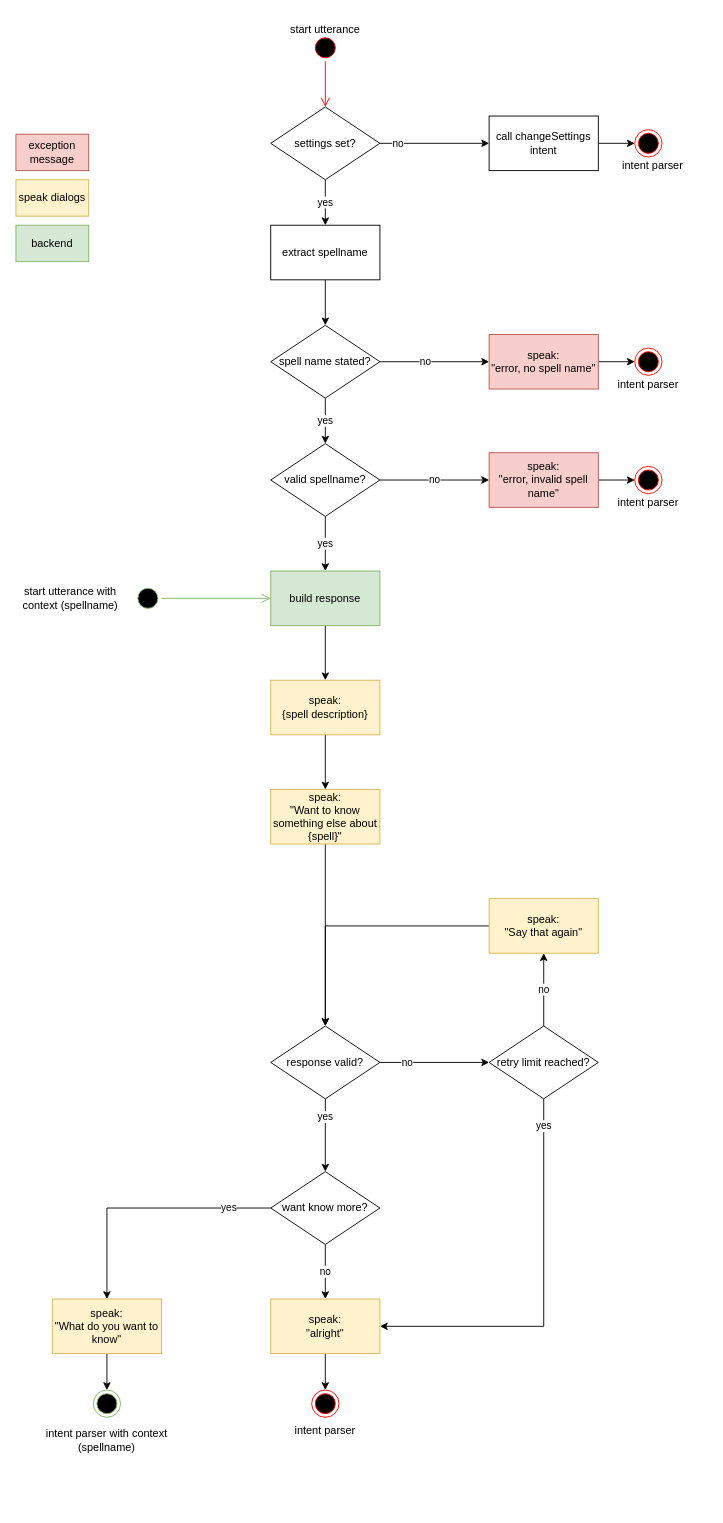
This is doc/activityDiagram/getSpellDescription.drawio from Linyeir/spellcastmanager-skill, a draw.io file, before an edit. Source tidied: cells renumbered, new cells numbered last; positions are measured from the earlier drawing's top-left corner, leaving out a move shared by most shapes. Both pictures are drawn from the tidied source at 91%, with x=0, y=0 at pixel (15, 15).
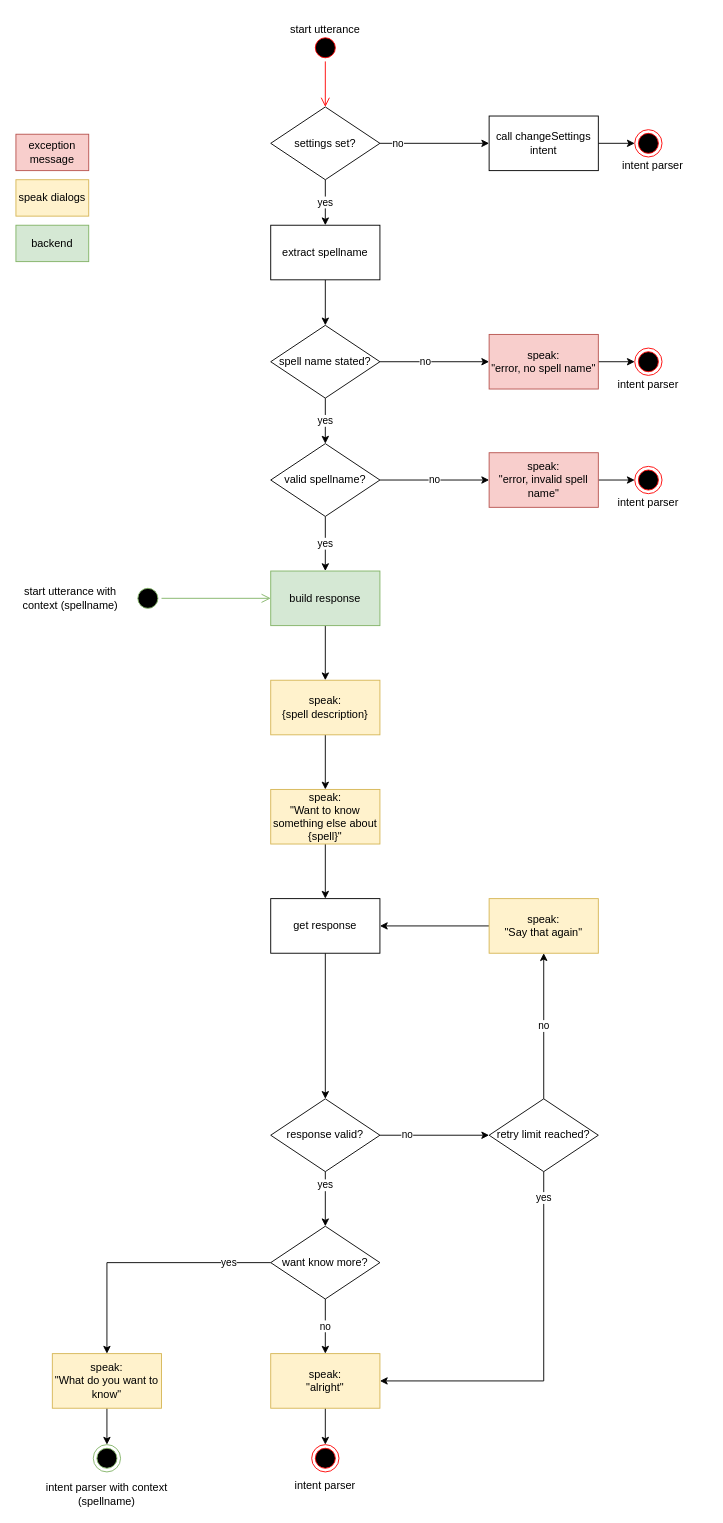
After the change.

The change refers to these unchanged cells:
```xml
<mxCell id="18" value="speak:&lt;br&gt;&quot;Want to know something else about {spell}&quot;" style="rounded=0;whiteSpace=wrap;html=1;fillColor=#fff2cc;strokeColor=#d6b656;" parent="1" vertex="1">
  <mxGeometry x="280" y="850" width="120" height="60" as="geometry" />
</mxCell>
<mxCell id="43" value="speak:&lt;br&gt;&quot;Say that again&quot;" style="rounded=0;whiteSpace=wrap;html=1;fillColor=#fff2cc;strokeColor=#d6b656;" parent="1" vertex="1">
  <mxGeometry x="520" y="970" width="120" height="60" as="geometry" />
</mxCell>
```

The edit, as a diff of the source:
```diff
@@
-    <mxCell id="17" style="edgeStyle=orthogonalEdgeStyle;rounded=0;jettySize=auto;html=1;exitX=0.5;exitY=1;exitDx=0;exitDy=0;entryX=0.5;entryY=0;entryDx=0;entryDy=0;" parent="1" edge="1" source="18" target="41">
-      <mxGeometry relative="1" as="geometry" />
-    </mxCell>
+    <mxCell id="59" style="edgeStyle=orthogonalEdgeStyle;rounded=0;jettySize=auto;html=1;" parent="1" edge="1" source="18" target="62">
+      <mxGeometry relative="1" as="geometry" />
+    </mxCell>
@@
     <mxCell id="21" value="want know more?" style="rhombus;whiteSpace=wrap;html=1;" parent="1" vertex="1">
-      <mxGeometry x="280" y="1270" width="120" height="80" as="geometry" />
+      <mxGeometry x="280" y="1330" width="120" height="80" as="geometry" />
     </mxCell>
@@
     <mxCell id="23" value="speak:&lt;br&gt;&quot;alright&quot;" style="rounded=0;whiteSpace=wrap;html=1;fillColor=#fff2cc;strokeColor=#d6b656;" parent="1" vertex="1">
-      <mxGeometry x="280" y="1410" width="120" height="60" as="geometry" />
+      <mxGeometry x="280" y="1470" width="120" height="60" as="geometry" />
     </mxCell>
@@
     <mxCell id="25" value="speak:&lt;br&gt;&quot;What do you want to know&quot;" style="rounded=0;whiteSpace=wrap;html=1;fillColor=#fff2cc;strokeColor=#d6b656;" parent="1" vertex="1">
-      <mxGeometry x="40" y="1410" width="120" height="60" as="geometry" />
+      <mxGeometry x="40" y="1470" width="120" height="60" as="geometry" />
     </mxCell>
@@
-    <mxCell id="27" value="no" style="edgeStyle=none;rounded=0;jettySize=auto;html=1;exitX=0.5;exitY=0;exitDx=0;exitDy=0;entryX=0.5;entryY=1;entryDx=0;entryDy=0;" parent="1" edge="1" source="28" target="43">
+    <mxCell id="27" value="no" style="edgeStyle=orthogonalEdgeStyle;rounded=0;jettySize=auto;html=1;" parent="1" edge="1" source="28" target="43">
       <mxGeometry relative="1" as="geometry" />
     </mxCell>
     <mxCell id="28" value="retry limit reached?" style="rhombus;whiteSpace=wrap;html=1;" parent="1" vertex="1">
-      <mxGeometry x="520" y="1110" width="120" height="80" as="geometry" />
+      <mxGeometry x="520" y="1190" width="120" height="80" as="geometry" />
     </mxCell>
@@
     <mxCell id="31" style="ellipse;html=1;shape=endState;fillColor=#000000;strokeColor=#82b366;" parent="1" vertex="1">
-      <mxGeometry x="85" y="1510" width="30" height="30" as="geometry" />
+      <mxGeometry x="85" y="1570" width="30" height="30" as="geometry" />
     </mxCell>
     <mxCell id="32" style="ellipse;html=1;shape=endState;fillColor=#000000;strokeColor=#ff0000;" parent="1" vertex="1">
-      <mxGeometry x="325" y="1510" width="30" height="30" as="geometry" />
+      <mxGeometry x="325" y="1570" width="30" height="30" as="geometry" />
     </mxCell>
@@
     <mxCell id="34" value="intent parser with context (spellname)" style="text;html=1;strokeColor=none;fillColor=none;align=center;verticalAlign=middle;whiteSpace=wrap;rounded=0;" parent="1" vertex="1">
-      <mxGeometry y="1550" width="200" height="30" as="geometry" />
+      <mxGeometry y="1610" width="200" height="30" as="geometry" />
     </mxCell>
     <mxCell id="35" value="intent parser" style="text;html=1;strokeColor=none;fillColor=none;align=center;verticalAlign=middle;whiteSpace=wrap;rounded=0;" parent="1" vertex="1">
-      <mxGeometry x="280" y="1540" width="120" height="30" as="geometry" />
+      <mxGeometry x="280" y="1600" width="120" height="30" as="geometry" />
     </mxCell>
@@
     <mxCell id="41" value="response valid?" style="rhombus;whiteSpace=wrap;html=1;" parent="1" vertex="1">
-      <mxGeometry x="280" y="1110" width="120" height="80" as="geometry" />
+      <mxGeometry x="280" y="1190" width="120" height="80" as="geometry" />
     </mxCell>
-    <mxCell id="42" style="edgeStyle=orthogonalEdgeStyle;rounded=0;jettySize=auto;html=1;exitX=0;exitY=0.5;exitDx=0;exitDy=0;entryX=0.5;entryY=0;entryDx=0;entryDy=0;" parent="1" edge="1" source="43" target="41">
-      <mxGeometry relative="1" as="geometry" />
-    </mxCell>
+    <mxCell id="60" style="edgeStyle=orthogonalEdgeStyle;rounded=0;jettySize=auto;html=1;exitX=0;exitY=0.5;exitDx=0;exitDy=0;entryX=1;entryY=0.5;entryDx=0;entryDy=0;" parent="1" edge="1" source="43" target="62">
+      <mxGeometry relative="1" as="geometry" />
+    </mxCell>
@@
+    <mxCell id="61" style="edgeStyle=orthogonalEdgeStyle;rounded=0;jettySize=auto;html=1;exitX=0.5;exitY=1;exitDx=0;exitDy=0;entryX=0.5;entryY=0;entryDx=0;entryDy=0;" parent="1" edge="1" source="62" target="41">
+      <mxGeometry relative="1" as="geometry" />
+    </mxCell>
+    <mxCell id="62" value="get response" style="rounded=0;whiteSpace=wrap;html=1;" parent="1" vertex="1">
+      <mxGeometry x="280" y="970" width="120" height="60" as="geometry" />
+    </mxCell>
```
